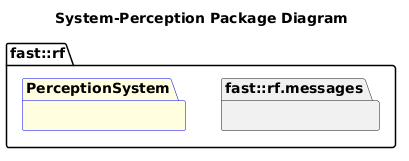
The PlantUML diagram Systems/Perception/doc/puml/SystemPerceptionPackageDiagram.png in fastrobotics/robot_framework, before a commit.
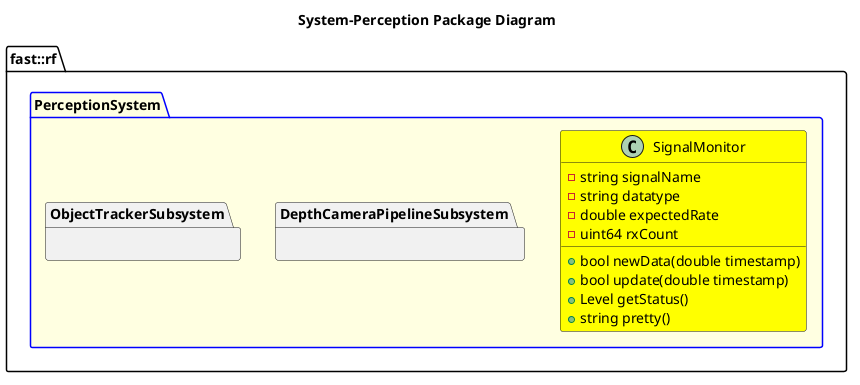
The same diagram one commit later.

Change to the diagram source:
```diff
@@ -2,8 +2,23 @@
 title System-Perception Package Diagram
 
 namespace fast::rf {
-  namespace messages  {}
-  package PerceptionSystem #LightYellow;line:blue {
-  }
+    package PerceptionSystem #LightYellow;line:blue {
+        class SignalMonitor #Yellow {
+                -string signalName
+                -string datatype
+                -double expectedRate
+                -uint64 rxCount
+                +bool newData(double timestamp)
+                +bool update(double timestamp)
+                +Level getStatus()
+                +string pretty()
+        }
+        namespace DepthCameraPipelineSubsystem {
+
+        }
+        namespace ObjectTrackerSubsystem {
+
+        }
+    }
 }
 @enduml
```
